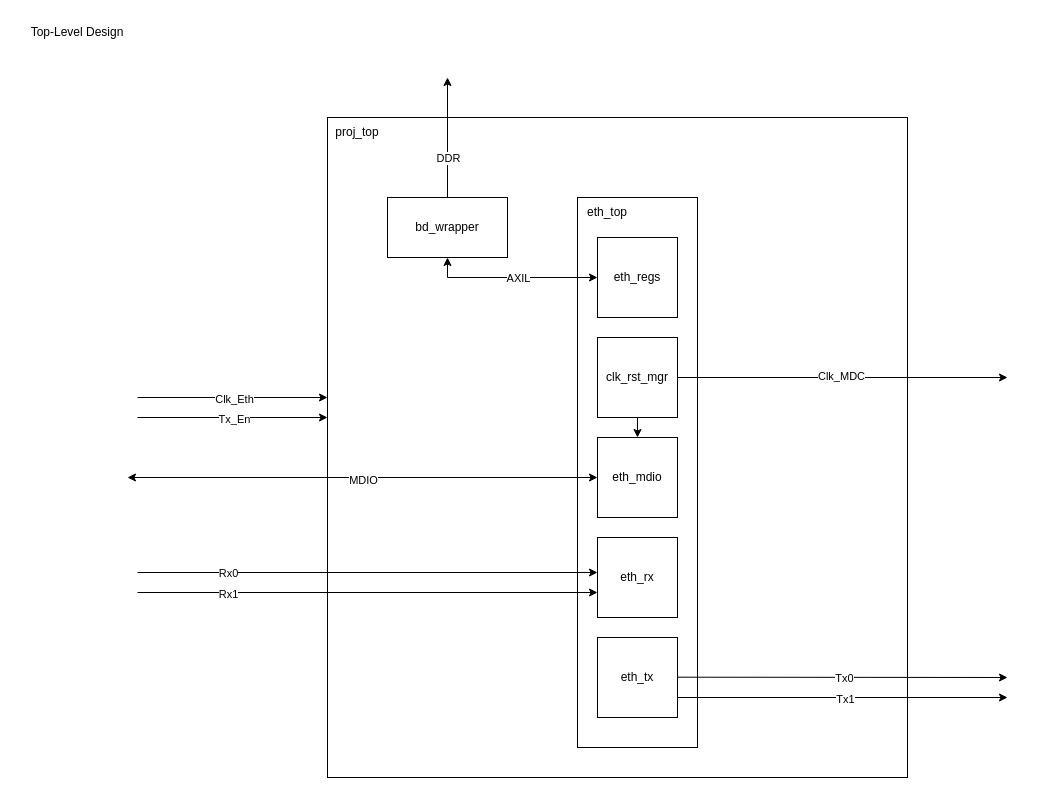
AlexDom513/simpleEthernet keeps this draw.io diagram as page "Top-Level Design" (2 of 4) of 04_docs/diagrams/eth_bd.drawio. Above is the earlier version. Source tidied: cells renumbered, new cells numbered last; positions are measured from the earlier drawing's top-left corner, leaving out a move shared by most shapes. Both pictures are drawn from the tidied source at 100%, with x=0, y=0 at pixel (17, 17).
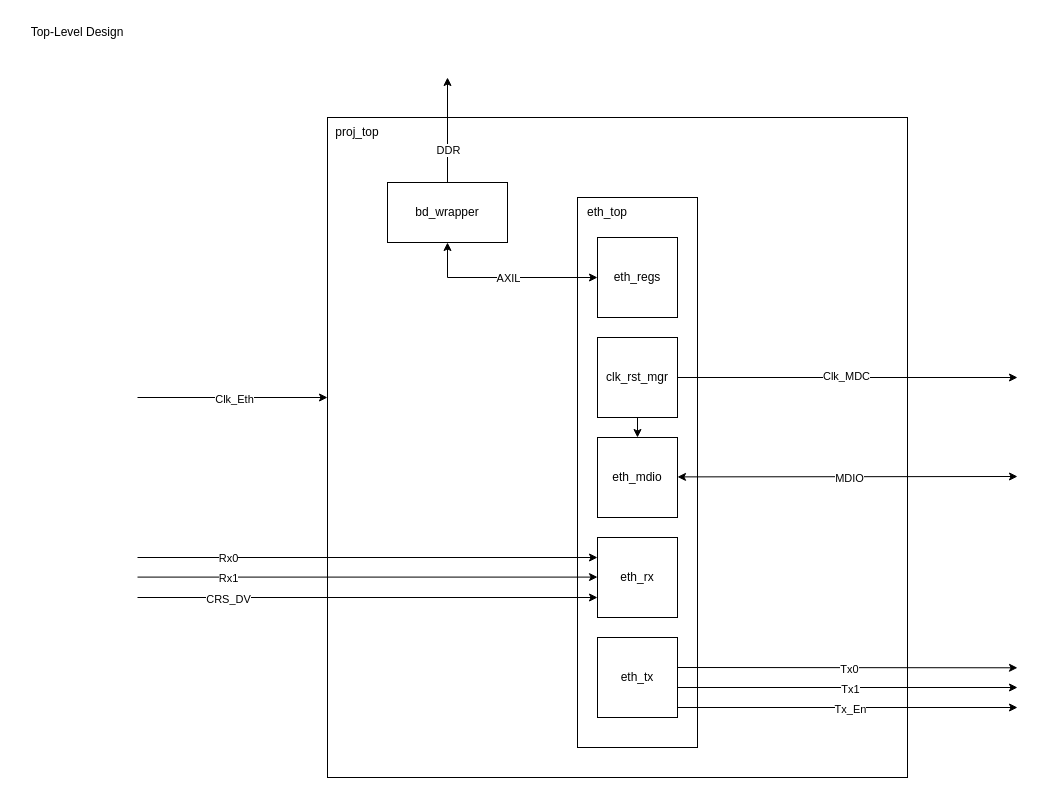
The same page after the edit.

The change refers to these unchanged cells:
```xml
<mxCell id="7" value="clk_rst_mgr" style="whiteSpace=wrap;html=1;" parent="1" vertex="1">
  <mxGeometry x="580" y="320" width="80" height="80" as="geometry" />
</mxCell>
<mxCell id="11" value="eth_mdio" style="whiteSpace=wrap;html=1;" parent="1" vertex="1">
  <mxGeometry x="580" y="420" width="80" height="80" as="geometry" />
</mxCell>
<mxCell id="28" style="endArrow=classic;startArrow=classic;html=1;rounded=0;entryX=0.5;entryY=1;entryDx=0;entryDy=0;exitX=0;exitY=0.5;exitDx=0;exitDy=0;" parent="1" edge="1" source="10" target="13">
  <mxGeometry relative="1" as="geometry">
    <Array as="points">
      <mxPoint x="430" y="260" />
    </Array>
  </mxGeometry>
</mxCell>
```

The edit, as a diff of the source:
```diff
@@
     <mxCell id="13" value="bd_wrapper" style="rounded=0;whiteSpace=wrap;html=1;" parent="1" vertex="1">
-      <mxGeometry x="370" y="180" width="120" height="60" as="geometry" />
+      <mxGeometry x="370" y="165" width="120" height="60" as="geometry" />
     </mxCell>
@@
-    <mxCell id="18" style="endArrow=classic;html=1;rounded=0;entryX=0;entryY=0.25;entryDx=0;entryDy=0;" parent="1" edge="1">
+    <mxCell id="18" style="endArrow=classic;html=1;rounded=0;" parent="1" edge="1">
       <mxGeometry relative="1" as="geometry">
-        <mxPoint x="120" y="400" as="sourcePoint" />
-        <mxPoint x="310" y="400" as="targetPoint" />
+        <mxPoint x="660" y="690" as="sourcePoint" />
+        <mxPoint x="1000" y="690" as="targetPoint" />
       </mxGeometry>
     </mxCell>
@@
     <mxCell id="20" style="endArrow=classic;html=1;rounded=0;" parent="1" edge="1">
       <mxGeometry relative="1" as="geometry">
-        <mxPoint x="660" y="659.7" as="sourcePoint" />
-        <mxPoint x="990" y="660" as="targetPoint" />
+        <mxPoint x="660" y="650" as="sourcePoint" />
+        <mxPoint x="1000" y="650.3" as="targetPoint" />
       </mxGeometry>
     </mxCell>
@@
     <mxCell id="22" style="endArrow=classic;html=1;rounded=0;" parent="1" edge="1">
       <mxGeometry relative="1" as="geometry">
-        <mxPoint x="660" y="680" as="sourcePoint" />
-        <mxPoint x="990" y="680" as="targetPoint" />
+        <mxPoint x="660" y="670" as="sourcePoint" />
+        <mxPoint x="1000" y="670" as="targetPoint" />
       </mxGeometry>
     </mxCell>
@@
-    <mxCell id="24" style="endArrow=classic;startArrow=classic;html=1;rounded=0;entryX=0;entryY=0.5;entryDx=0;entryDy=0;" parent="1" edge="1" target="11">
+    <mxCell id="24" style="endArrow=classic;startArrow=classic;html=1;rounded=0;" parent="1" edge="1">
       <mxGeometry relative="1" as="geometry">
-        <mxPoint x="110" y="460" as="sourcePoint" />
+        <mxPoint x="660" y="459.4" as="sourcePoint" />
+        <mxPoint x="1000" y="459" as="targetPoint" />
       </mxGeometry>
     </mxCell>
     <mxCell id="25" value="MDIO" style="edgeLabel;html=1;align=center;verticalAlign=middle;" parent="24" vertex="1">
-      <mxGeometry y="-2" relative="1" as="geometry" />
+      <mxGeometry y="-2" relative="1" as="geometry">
+        <mxPoint x="1" y="-1" as="offset" />
+      </mxGeometry>
     </mxCell>
     <mxCell id="26" style="endArrow=classic;html=1;rounded=0;exitX=1;exitY=0.5;exitDx=0;exitDy=0;" parent="1" edge="1" source="7">
       <mxGeometry relative="1" as="geometry">
-        <mxPoint x="990" y="360" as="targetPoint" />
+        <mxPoint x="1000" y="360" as="targetPoint" />
       </mxGeometry>
     </mxCell>
@@
     <mxCell id="29" value="AXIL" style="edgeLabel;html=1;align=center;verticalAlign=middle;" parent="28" vertex="1">
       <mxGeometry x="0.58" relative="1" as="geometry">
-        <mxPoint x="54" as="offset" />
+        <mxPoint x="56" as="offset" />
       </mxGeometry>
     </mxCell>
     <mxCell id="30" style="endArrow=classic;html=1;rounded=0;entryX=0;entryY=0.25;entryDx=0;entryDy=0;" parent="1" edge="1">
       <mxGeometry relative="1" as="geometry">
-        <mxPoint x="120" y="555" as="sourcePoint" />
-        <mxPoint x="580" y="555" as="targetPoint" />
+        <mxPoint x="120" y="540" as="sourcePoint" />
+        <mxPoint x="580" y="540" as="targetPoint" />
       </mxGeometry>
     </mxCell>
@@
     <mxCell id="32" style="endArrow=classic;html=1;rounded=0;entryX=0;entryY=0.25;entryDx=0;entryDy=0;" parent="1" edge="1">
       <mxGeometry relative="1" as="geometry">
-        <mxPoint x="120" y="575" as="sourcePoint" />
-        <mxPoint x="580" y="575" as="targetPoint" />
+        <mxPoint x="120" y="559.6" as="sourcePoint" />
+        <mxPoint x="580" y="559.6" as="targetPoint" />
       </mxGeometry>
     </mxCell>
@@
+    <mxCell id="34" style="endArrow=classic;html=1;rounded=0;" parent="1" edge="1">
+      <mxGeometry relative="1" as="geometry">
+        <mxPoint x="120" y="580" as="sourcePoint" />
+        <mxPoint x="580" y="580" as="targetPoint" />
+      </mxGeometry>
+    </mxCell>
+    <mxCell id="35" value="CRS_DV" style="edgeLabel;html=1;align=center;verticalAlign=middle;" parent="34" vertex="1">
+      <mxGeometry x="0.01" y="-1" relative="1" as="geometry">
+        <mxPoint x="-142" as="offset" />
+      </mxGeometry>
+    </mxCell>
```
